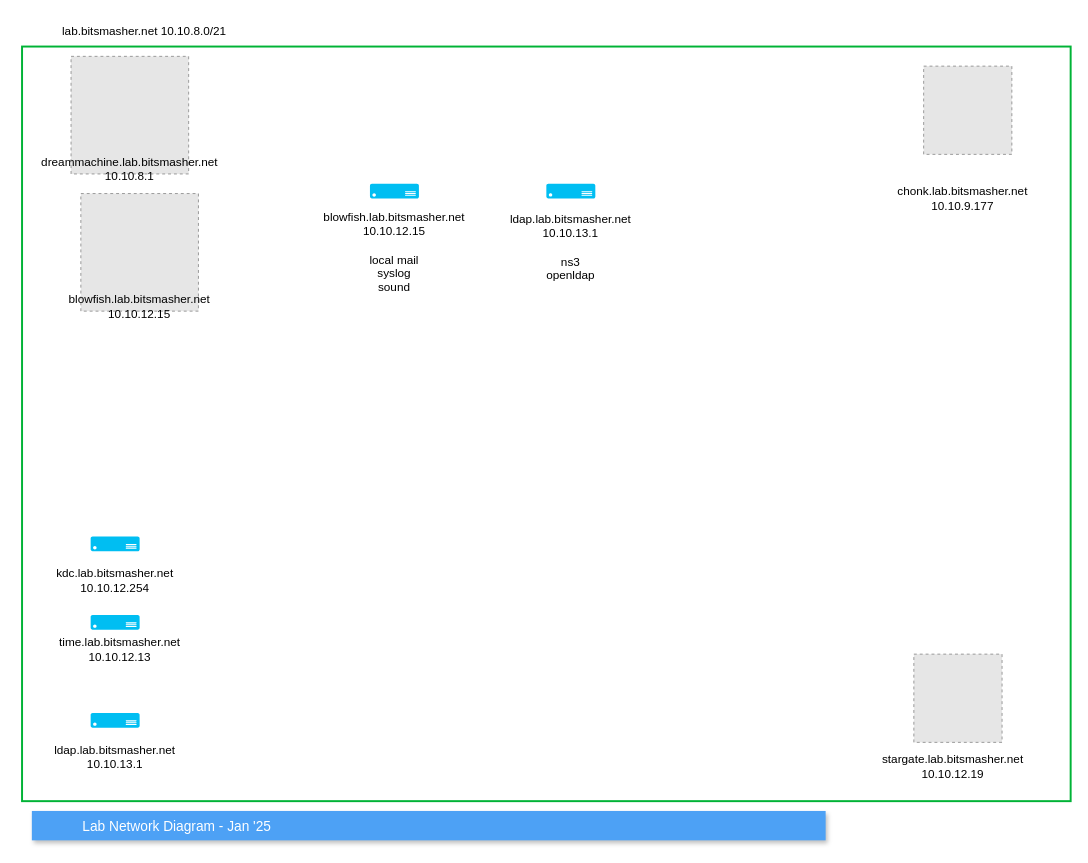
Earlier version of the draw.io diagram page "lab" (1 of 4) of docs/drawings/lab_2024.drawio (devsecfranklin/franklin-resume). Source tidied: cells renumbered, new cells numbered last; positions are measured from the earlier drawing's top-left corner, leaving out a move shared by most shapes. Both pictures are drawn from the tidied source at 98%, with x=0, y=0 at pixel (17, 17). Pictures stored in the file or linked from it are replaced by grey dashed boxes.
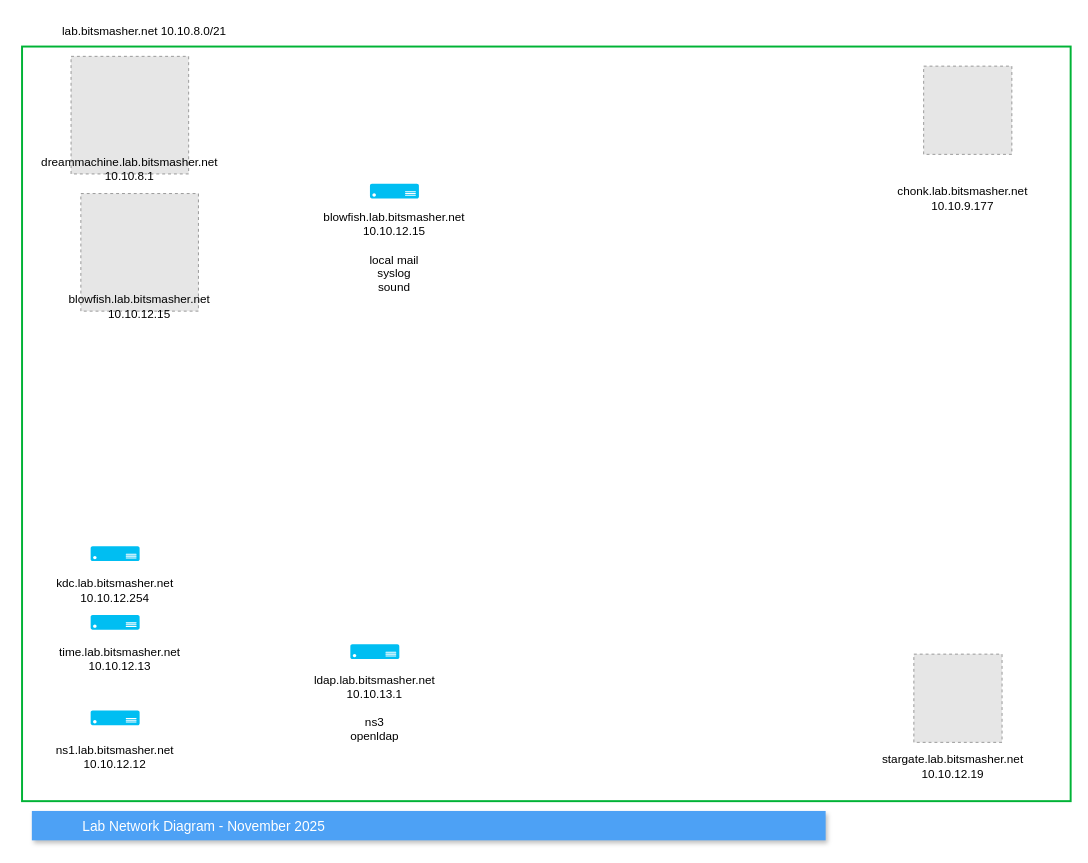
The same diagram, later.

Unchanged cells that the change refers to:
```xml
<mxCell id="24" style="group;" parent="5" vertex="1">
  <mxGeometry y="640" width="200" height="130" as="geometry" />
</mxCell>
```

Change to the diagram source:
```diff
@@
-    <mxCell id="2" value="Lab Network Diagram - Jan '25 " style="fillColor=#4DA1F5;strokeColor=none;shadow=1;gradientColor=none;fontSize=14;align=left;spacingLeft=50;fontColor=#ffffff;" parent="1" vertex="1">
+    <mxCell id="2" value="Lab Network Diagram - November 2025 " style="fillColor=#4DA1F5;strokeColor=none;shadow=1;gradientColor=none;fontSize=14;align=left;spacingLeft=50;fontColor=#ffffff;" parent="1" vertex="1">
       <mxGeometry x="15" y="810" width="810" height="30" as="geometry" />
     </mxCell>
@@
     <mxCell id="19" style="group;" parent="5" vertex="1">
-      <mxGeometry x="5" y="530" width="200" height="130" as="geometry" />
+      <mxGeometry x="5" y="540" width="200" height="130" as="geometry" />
     </mxCell>
@@
-    <mxCell id="25" value="ldap.lab.bitsmasher.net&lt;br&gt;10.10.13.1" style="text;html=1;strokeColor=none;fillColor=none;align=center;verticalAlign=middle;whiteSpace=wrap;rounded=0;" parent="24" vertex="1">
+    <mxCell id="25" value="ns1.lab.bitsmasher.net&lt;br&gt;10.10.12.12" style="text;html=1;strokeColor=none;fillColor=none;align=center;verticalAlign=middle;whiteSpace=wrap;rounded=0;" parent="24" vertex="1">
       <mxGeometry y="100" width="200" height="30" as="geometry" />
     </mxCell>
-    <mxCell id="26" style="verticalLabelPosition=bottom;html=1;verticalAlign=top;align=center;strokeColor=none;fillColor=#00BEF2;shape=mxgraph.azure.server;" parent="24" vertex="1">
-      <mxGeometry x="75" y="70" width="50" height="15" as="geometry" />
-    </mxCell>
+    <mxCell id="33" style="verticalLabelPosition=bottom;html=1;verticalAlign=top;align=center;strokeColor=none;fillColor=#00BEF2;shape=mxgraph.azure.server;" parent="24" vertex="1">
+      <mxGeometry x="75" y="67.5" width="50" height="15" as="geometry" />
+    </mxCell>
@@
     <mxCell id="28" style="group;" parent="5" vertex="1">
-      <mxGeometry x="465" y="120" width="200" height="130" as="geometry" />
+      <mxGeometry x="265" y="590" width="200" height="130" as="geometry" />
     </mxCell>
```
